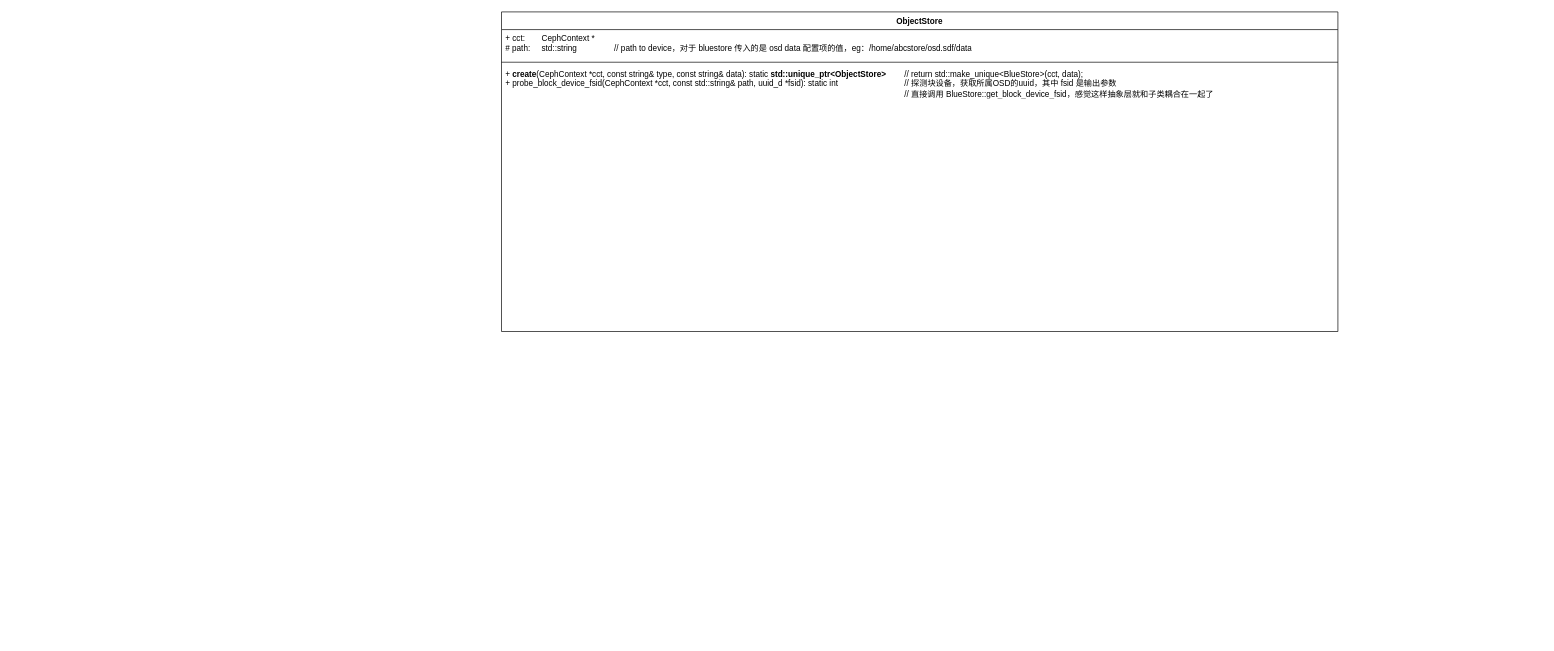
This is ObjectStore.drawio from 1253757553/drawIO, a draw.io file, before an edit. Source tidied: cells renumbered, new cells numbered last; positions are measured from the earlier drawing's top-left corner, leaving out a move shared by most shapes. Both pictures are drawn from the tidied source at 68%, with x=0, y=0 at pixel (501, 12).
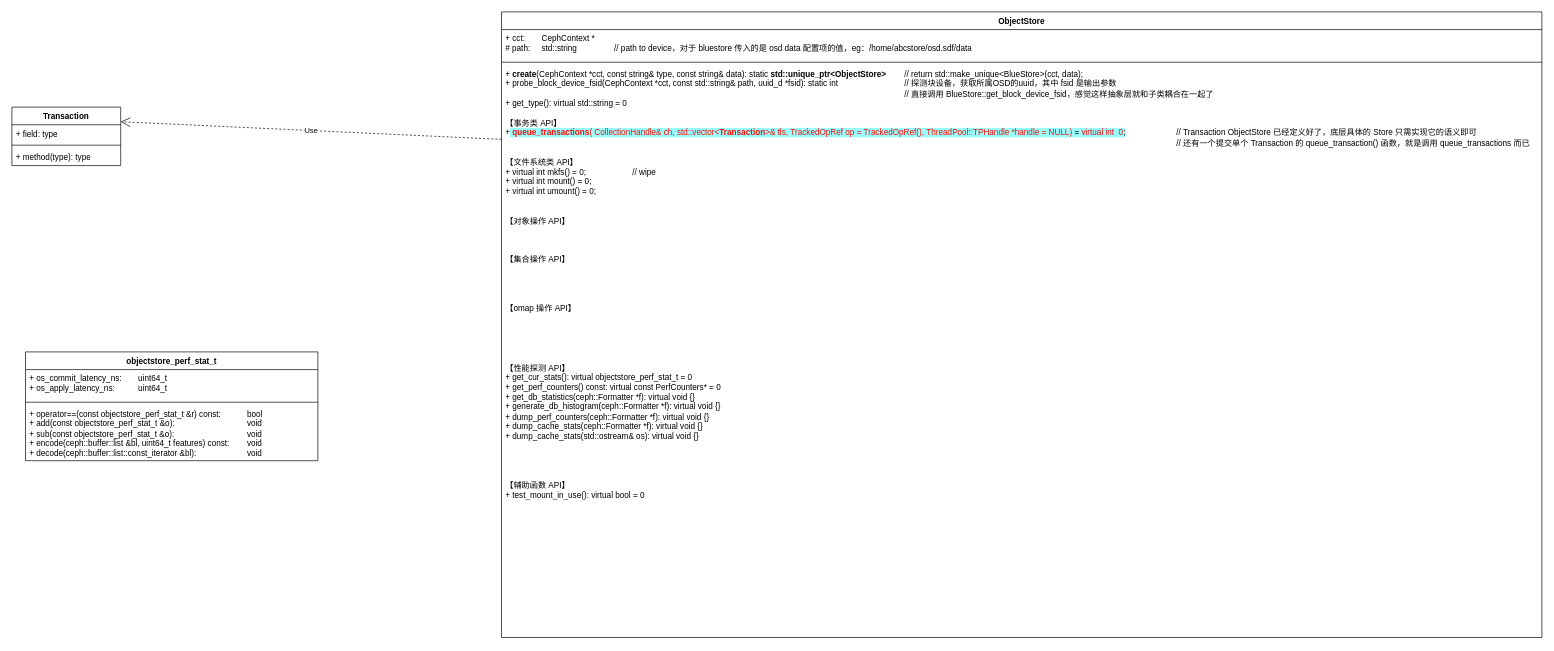
The same page after the edit.

What changed in the source:
```diff
@@
 <mxGraphModel>
   <root>
     <mxCell id="0" />
     <mxCell id="1" parent="0" />
     <mxCell id="2" value="ObjectStore" style="swimlane;fontStyle=1;align=center;verticalAlign=top;horizontal=1;startSize=26;whiteSpace=wrap;html=1;" parent="1" vertex="1">
-      <mxGeometry width="1230" height="470" as="geometry" />
+      <mxGeometry width="1530" height="920" as="geometry" />
     </mxCell>
     <mxCell id="3" value="+ cct:&lt;span style=&quot;white-space: pre;&quot;&gt;&#9;&lt;/span&gt;CephContext *&lt;div&gt;#&amp;nbsp;path: &lt;span style=&quot;white-space: pre;&quot;&gt;&#9;&lt;/span&gt;std::string&lt;span style=&quot;white-space: pre;&quot;&gt;&#9;&lt;/span&gt;&lt;span style=&quot;white-space: pre;&quot;&gt;&#9;&lt;/span&gt;//&amp;nbsp;path to device，对于 bluestore 传入的是&amp;nbsp;osd data 配置项的值，eg：/home/abcstore/osd.sdf/data&lt;/div&gt;" style="text;strokeColor=none;fillColor=none;align=left;verticalAlign=top;spacingLeft=4;spacingRight=4;overflow=hidden;whiteSpace=wrap;html=1;" parent="2" vertex="1">
-      <mxGeometry y="26" width="1230" height="44" as="geometry" />
+      <mxGeometry y="26" width="1530" height="44" as="geometry" />
     </mxCell>
     <mxCell id="4" style="line;strokeWidth=1;fillColor=none;align=left;verticalAlign=middle;spacingTop=-1;spacingLeft=3;spacingRight=3;labelPosition=right;strokeColor=inherit;" parent="2" vertex="1">
-      <mxGeometry y="70" width="1230" height="8" as="geometry" />
+      <mxGeometry y="70" width="1530" height="8" as="geometry" />
     </mxCell>
-    <mxCell id="5" value="+ &lt;b&gt;create&lt;/b&gt;(&lt;span style=&quot;background-color: initial;&quot;&gt;CephContext *cct,&amp;nbsp;&lt;/span&gt;&lt;span style=&quot;background-color: initial;&quot;&gt;const string&amp;amp; type,&amp;nbsp;&lt;/span&gt;&lt;span style=&quot;background-color: initial;&quot;&gt;const string&amp;amp; data&lt;/span&gt;): static&amp;nbsp;&lt;b&gt;std::unique_ptr&amp;lt;ObjectStore&amp;gt;&lt;/b&gt;&lt;span style=&quot;white-space: pre;&quot;&gt;&#9;&lt;/span&gt;//&amp;nbsp;return std::make_unique&amp;lt;BlueStore&amp;gt;(cct, data);&lt;div&gt;+&amp;nbsp;&lt;span style=&quot;background-color: initial;&quot;&gt;probe_block_device_fsid(&lt;/span&gt;&lt;span style=&quot;background-color: initial;&quot;&gt;CephContext *cct,&amp;nbsp;&lt;/span&gt;&lt;span style=&quot;background-color: initial;&quot;&gt;const std::string&amp;amp; path,&amp;nbsp;&lt;/span&gt;&lt;span style=&quot;background-color: initial;&quot;&gt;uuid_d *fsid):&amp;nbsp;&lt;/span&gt;&lt;span style=&quot;background-color: initial;&quot;&gt;static int&lt;span style=&quot;white-space: pre;&quot;&gt;&#9;&lt;/span&gt;&lt;span style=&quot;white-space: pre;&quot;&gt;&#9;&lt;/span&gt;&lt;span style=&quot;white-space: pre;&quot;&gt;&#9;&lt;/span&gt;&lt;span style=&quot;white-space: pre;&quot;&gt;&#9;&lt;/span&gt;//&amp;nbsp;&lt;/span&gt;&lt;span style=&quot;background-color: initial;&quot;&gt;探测块设备，获取所属OSD的uuid，其中&amp;nbsp;&lt;/span&gt;&lt;span style=&quot;background-color: initial;&quot;&gt;fsid 是输出参数&lt;/span&gt;&lt;/div&gt;&lt;div&gt;&lt;span style=&quot;background-color: initial;&quot;&gt;&lt;span style=&quot;white-space: pre;&quot;&gt;&#9;&lt;/span&gt;&lt;span style=&quot;white-space: pre;&quot;&gt;&#9;&lt;/span&gt;&lt;span style=&quot;white-space: pre;&quot;&gt;&#9;&lt;/span&gt;&lt;span style=&quot;white-space: pre;&quot;&gt;&#9;&lt;/span&gt;&lt;span style=&quot;white-space: pre;&quot;&gt;&#9;&lt;/span&gt;&lt;span style=&quot;white-space: pre;&quot;&gt;&#9;&lt;/span&gt;&lt;span style=&quot;white-space: pre;&quot;&gt;&#9;&lt;/span&gt;&lt;span style=&quot;white-space: pre;&quot;&gt;&#9;&lt;/span&gt;&lt;span style=&quot;white-space: pre;&quot;&gt;&#9;&lt;/span&gt;&lt;span style=&quot;white-space: pre;&quot;&gt;&#9;&lt;/span&gt;&lt;span style=&quot;white-space: pre;&quot;&gt;&#9;&lt;/span&gt;&lt;span style=&quot;white-space: pre;&quot;&gt;&#9;&lt;/span&gt;&lt;span style=&quot;white-space: pre;&quot;&gt;&#9;&lt;/span&gt;&lt;span style=&quot;white-space: pre;&quot;&gt;&#9;&lt;/span&gt;&lt;span style=&quot;white-space: pre;&quot;&gt;&#9;&lt;/span&gt;&lt;span style=&quot;white-space: pre;&quot;&gt;&#9;&lt;/span&gt;&lt;span style=&quot;white-space: pre;&quot;&gt;&#9;&lt;/span&gt;&lt;span style=&quot;white-space: pre;&quot;&gt;&#9;&lt;/span&gt;&lt;span style=&quot;white-space: pre;&quot;&gt;&#9;&lt;/span&gt;&lt;span style=&quot;white-space: pre;&quot;&gt;&#9;&lt;/span&gt;&lt;span style=&quot;white-space: pre;&quot;&gt;&#9;&lt;/span&gt;&lt;span style=&quot;white-space: pre;&quot;&gt;&#9;&lt;/span&gt;// 直接调用&amp;nbsp;&lt;/span&gt;&lt;span style=&quot;background-color: initial;&quot;&gt;BlueStore::get_block_device_fsid，感觉这样抽象层就和子类耦合在一起了&lt;/span&gt;&lt;span style=&quot;background-color: initial;&quot;&gt;&lt;br&gt;&lt;/span&gt;&lt;/div&gt;" style="text;strokeColor=none;fillColor=none;align=left;verticalAlign=top;spacingLeft=4;spacingRight=4;overflow=hidden;points=[[0,0.5],[1,0.5]];portConstraint=eastwest;whiteSpace=wrap;html=1;" parent="2" vertex="1">
-      <mxGeometry y="78" width="1230" height="392" as="geometry" />
+    <mxCell id="5" value="+ &lt;b&gt;create&lt;/b&gt;(&lt;span style=&quot;background-color: initial;&quot;&gt;CephContext *cct,&amp;nbsp;&lt;/span&gt;&lt;span style=&quot;background-color: initial;&quot;&gt;const string&amp;amp; type,&amp;nbsp;&lt;/span&gt;&lt;span style=&quot;background-color: initial;&quot;&gt;const string&amp;amp; data&lt;/span&gt;): static&amp;nbsp;&lt;b&gt;std::unique_ptr&amp;lt;ObjectStore&amp;gt;&lt;/b&gt;&lt;span style=&quot;white-space: pre;&quot;&gt;&#9;&lt;/span&gt;//&amp;nbsp;return std::make_unique&amp;lt;BlueStore&amp;gt;(cct, data);&lt;div&gt;+&amp;nbsp;&lt;span style=&quot;background-color: initial;&quot;&gt;probe_block_device_fsid(&lt;/span&gt;&lt;span style=&quot;background-color: initial;&quot;&gt;CephContext *cct,&amp;nbsp;&lt;/span&gt;&lt;span style=&quot;background-color: initial;&quot;&gt;const std::string&amp;amp; path,&amp;nbsp;&lt;/span&gt;&lt;span style=&quot;background-color: initial;&quot;&gt;uuid_d *fsid):&amp;nbsp;&lt;/span&gt;&lt;span style=&quot;background-color: initial;&quot;&gt;static int&lt;span style=&quot;white-space: pre;&quot;&gt;&#9;&lt;/span&gt;&lt;span style=&quot;white-space: pre;&quot;&gt;&#9;&lt;/span&gt;&lt;span style=&quot;white-space: pre;&quot;&gt;&#9;&lt;/span&gt;&lt;span style=&quot;white-space: pre;&quot;&gt;&#9;&lt;/span&gt;//&amp;nbsp;&lt;/span&gt;&lt;span style=&quot;background-color: initial;&quot;&gt;探测块设备，获取所属OSD的uuid，其中&amp;nbsp;&lt;/span&gt;&lt;span style=&quot;background-color: initial;&quot;&gt;fsid 是输出参数&lt;/span&gt;&lt;/div&gt;&lt;div&gt;&lt;span style=&quot;background-color: initial;&quot;&gt;&lt;span style=&quot;white-space: pre;&quot;&gt;&#9;&lt;/span&gt;&lt;span style=&quot;white-space: pre;&quot;&gt;&#9;&lt;/span&gt;&lt;span style=&quot;white-space: pre;&quot;&gt;&#9;&lt;/span&gt;&lt;span style=&quot;white-space: pre;&quot;&gt;&#9;&lt;/span&gt;&lt;span style=&quot;white-space: pre;&quot;&gt;&#9;&lt;/span&gt;&lt;span style=&quot;white-space: pre;&quot;&gt;&#9;&lt;/span&gt;&lt;span style=&quot;white-space: pre;&quot;&gt;&#9;&lt;/span&gt;&lt;span style=&quot;white-space: pre;&quot;&gt;&#9;&lt;/span&gt;&lt;span style=&quot;white-space: pre;&quot;&gt;&#9;&lt;/span&gt;&lt;span style=&quot;white-space: pre;&quot;&gt;&#9;&lt;/span&gt;&lt;span style=&quot;white-space: pre;&quot;&gt;&#9;&lt;/span&gt;&lt;span style=&quot;white-space: pre;&quot;&gt;&#9;&lt;/span&gt;&lt;span style=&quot;white-space: pre;&quot;&gt;&#9;&lt;/span&gt;&lt;span style=&quot;white-space: pre;&quot;&gt;&#9;&lt;/span&gt;&lt;span style=&quot;white-space: pre;&quot;&gt;&#9;&lt;/span&gt;&lt;span style=&quot;white-space: pre;&quot;&gt;&#9;&lt;/span&gt;&lt;span style=&quot;white-space: pre;&quot;&gt;&#9;&lt;/span&gt;&lt;span style=&quot;white-space: pre;&quot;&gt;&#9;&lt;/span&gt;&lt;span style=&quot;white-space: pre;&quot;&gt;&#9;&lt;/span&gt;&lt;span style=&quot;white-space: pre;&quot;&gt;&#9;&lt;/span&gt;&lt;span style=&quot;white-space: pre;&quot;&gt;&#9;&lt;/span&gt;&lt;span style=&quot;white-space: pre;&quot;&gt;&#9;&lt;/span&gt;// 直接调用&amp;nbsp;&lt;/span&gt;&lt;span style=&quot;background-color: initial;&quot;&gt;BlueStore::get_block_device_fsid，感觉这样抽象层就和子类耦合在一起了&lt;/span&gt;&lt;span style=&quot;background-color: initial;&quot;&gt;&lt;br&gt;&lt;/span&gt;&lt;/div&gt;&lt;div&gt;&lt;span style=&quot;background-color: initial;&quot;&gt;+&amp;nbsp;&lt;/span&gt;&lt;span style=&quot;background-color: initial;&quot;&gt;get_type():&amp;nbsp;&lt;/span&gt;&lt;span style=&quot;background-color: initial;&quot;&gt;virtual std::string = 0&lt;/span&gt;&lt;/div&gt;&lt;div&gt;&lt;span style=&quot;background-color: initial;&quot;&gt;&lt;br&gt;&lt;/span&gt;&lt;/div&gt;&lt;div&gt;【事务类 API】&lt;/div&gt;&lt;div&gt;&lt;span style=&quot;background-color: initial;&quot;&gt;+&lt;/span&gt;&lt;span style=&quot;background-color: rgb(153, 255, 255);&quot;&gt;&amp;nbsp;&lt;font style=&quot;&quot; color=&quot;#ff0800&quot;&gt;&lt;b&gt;queue_transactions&lt;/b&gt;(&amp;nbsp;CollectionHandle&amp;amp; ch, std::vector&amp;lt;&lt;b&gt;Transaction&lt;/b&gt;&amp;gt;&amp;amp; tls,&amp;nbsp;TrackedOpRef op = TrackedOpRef(),&amp;nbsp;&lt;/font&gt;&lt;font style=&quot;&quot; color=&quot;#ff0800&quot;&gt;ThreadPool::TPHandle *handle = NULL)&lt;/font&gt; =&lt;font style=&quot;&quot; color=&quot;#03ff03&quot;&gt;&amp;nbsp;&lt;/font&gt;&lt;font color=&quot;#f50505&quot;&gt;virtual int&amp;nbsp;&amp;nbsp;0&lt;/font&gt;;&lt;/span&gt;&lt;span style=&quot;background-color: initial; white-space: pre;&quot;&gt;&#9;&lt;/span&gt;&lt;span style=&quot;background-color: initial; white-space: pre;&quot;&gt;&#9;&lt;/span&gt;&lt;span style=&quot;background-color: initial; white-space: pre;&quot;&gt;&#9;&lt;/span&gt;//&amp;nbsp;&lt;span style=&quot;background-color: initial;&quot;&gt;Transaction ObjectStore 已经定义好了，底层具体的 Store 只需实现它的语义即可&lt;/span&gt;&lt;/div&gt;&lt;div&gt;&lt;span style=&quot;background-color: initial;&quot;&gt;&lt;span style=&quot;white-space: pre;&quot;&gt;&#9;&lt;/span&gt;&lt;span style=&quot;white-space: pre;&quot;&gt;&#9;&lt;/span&gt;&lt;span style=&quot;white-space: pre;&quot;&gt;&#9;&lt;/span&gt;&lt;span style=&quot;white-space: pre;&quot;&gt;&#9;&lt;/span&gt;&lt;span style=&quot;white-space: pre;&quot;&gt;&#9;&lt;/span&gt;&lt;span style=&quot;white-space: pre;&quot;&gt;&#9;&lt;/span&gt;&lt;span style=&quot;white-space: pre;&quot;&gt;&#9;&lt;/span&gt;&lt;span style=&quot;white-space: pre;&quot;&gt;&#9;&lt;/span&gt;&lt;span style=&quot;white-space: pre;&quot;&gt;&#9;&lt;/span&gt;&lt;span style=&quot;white-space: pre;&quot;&gt;&#9;&lt;/span&gt;&lt;span style=&quot;white-space: pre;&quot;&gt;&#9;&lt;/span&gt;&lt;span style=&quot;white-space: pre;&quot;&gt;&#9;&lt;/span&gt;&lt;span style=&quot;white-space: pre;&quot;&gt;&#9;&lt;/span&gt;&lt;span style=&quot;white-space: pre;&quot;&gt;&#9;&lt;/span&gt;&lt;span style=&quot;white-space: pre;&quot;&gt;&#9;&lt;/span&gt;&lt;span style=&quot;white-space: pre;&quot;&gt;&#9;&lt;/span&gt;&lt;span style=&quot;white-space: pre;&quot;&gt;&#9;&lt;/span&gt;&lt;span style=&quot;white-space: pre;&quot;&gt;&#9;&lt;/span&gt;&lt;span style=&quot;white-space: pre;&quot;&gt;&#9;&lt;/span&gt;&lt;span style=&quot;white-space: pre;&quot;&gt;&#9;&lt;/span&gt;&lt;span style=&quot;white-space: pre;&quot;&gt;&#9;&lt;/span&gt;&lt;span style=&quot;white-space: pre;&quot;&gt;&#9;&lt;/span&gt;&lt;span style=&quot;white-space: pre;&quot;&gt;&#9;&lt;/span&gt;&lt;span style=&quot;white-space: pre;&quot;&gt;&#9;&lt;/span&gt;&lt;span style=&quot;white-space: pre;&quot;&gt;&#9;&lt;/span&gt;&lt;span style=&quot;white-space: pre;&quot;&gt;&#9;&lt;/span&gt;&lt;span style=&quot;white-space: pre;&quot;&gt;&#9;&lt;/span&gt;&lt;span style=&quot;white-space: pre;&quot;&gt;&#9;&lt;/span&gt;&lt;span style=&quot;white-space: pre;&quot;&gt;&#9;&lt;/span&gt;&lt;span style=&quot;white-space: pre;&quot;&gt;&#9;&lt;/span&gt;&lt;span style=&quot;white-space: pre;&quot;&gt;&#9;&lt;/span&gt;&lt;span style=&quot;white-space: pre;&quot;&gt;&#9;&lt;/span&gt;&lt;span style=&quot;white-space: pre;&quot;&gt;&#9;&lt;/span&gt;&lt;span style=&quot;white-space: pre;&quot;&gt;&#9;&lt;/span&gt;&lt;span style=&quot;white-space: pre;&quot;&gt;&#9;&lt;/span&gt;&lt;span style=&quot;white-space: pre;&quot;&gt;&#9;&lt;span style=&quot;white-space: pre;&quot;&gt;&#9;&lt;/span&gt;&lt;/span&gt;// 还有一个提交单个 Transaction 的&amp;nbsp;&lt;/span&gt;&lt;span style=&quot;background-color: initial;&quot;&gt;queue_transaction() 函数，就是调用&amp;nbsp;&lt;/span&gt;&lt;span style=&quot;background-color: initial;&quot;&gt;queue_transactions 而已&lt;/span&gt;&lt;span style=&quot;background-color: initial;&quot;&gt;&lt;br&gt;&lt;/span&gt;&lt;/div&gt;&lt;div&gt;&lt;span style=&quot;background-color: initial;&quot;&gt;&lt;br&gt;&lt;/span&gt;&lt;/div&gt;&lt;div&gt;&lt;span style=&quot;background-color: initial;&quot;&gt;【文件系统类 API】&lt;/span&gt;&lt;/div&gt;&lt;div&gt;&lt;span style=&quot;background-color: initial;&quot;&gt;+&amp;nbsp;&lt;/span&gt;&lt;span style=&quot;background-color: initial;&quot;&gt;virtual int mkfs() = 0;&amp;nbsp; &lt;span style=&quot;white-space: pre;&quot;&gt;&#9;&lt;/span&gt;&lt;span style=&quot;white-space: pre;&quot;&gt;&#9;&lt;/span&gt;&lt;span style=&quot;white-space: pre;&quot;&gt;&#9;&lt;/span&gt;// wipe&lt;/span&gt;&lt;/div&gt;&lt;div&gt;&lt;span style=&quot;background-color: initial;&quot;&gt;&lt;div&gt;+ virtual int mount() = 0;&lt;/div&gt;&lt;div&gt;+ virtual int umount() = 0;&lt;/div&gt;&lt;div&gt;&lt;br&gt;&lt;/div&gt;&lt;div&gt;&lt;br&gt;&lt;/div&gt;&lt;div&gt;【对象操作 API】&lt;/div&gt;&lt;div&gt;&lt;br&gt;&lt;/div&gt;&lt;div&gt;&lt;br&gt;&lt;/div&gt;&lt;div&gt;&lt;br&gt;&lt;/div&gt;&lt;div&gt;【集合操作 API】&lt;/div&gt;&lt;div&gt;&lt;br&gt;&lt;/div&gt;&lt;div&gt;&lt;br&gt;&lt;/div&gt;&lt;div&gt;&lt;br&gt;&lt;/div&gt;&lt;div&gt;&lt;br&gt;&lt;/div&gt;&lt;div&gt;【omap 操作 API】&lt;/div&gt;&lt;div&gt;&lt;br&gt;&lt;/div&gt;&lt;div&gt;&lt;br&gt;&lt;/div&gt;&lt;div&gt;&lt;br&gt;&lt;/div&gt;&lt;div&gt;&lt;br&gt;&lt;/div&gt;&lt;div&gt;&lt;br&gt;&lt;/div&gt;&lt;div&gt;【性能探测 API】&lt;/div&gt;&lt;div&gt;+&amp;nbsp;get_cur_stats(): virtual objectstore_perf_stat_t = 0&lt;/div&gt;&lt;div&gt;+&amp;nbsp;get_perf_counters() const:&amp;nbsp;virtual const PerfCounters* = 0&lt;/div&gt;&lt;div&gt;+&amp;nbsp;get_db_statistics(ceph::Formatter *f):&amp;nbsp;virtual void {}&lt;/div&gt;&lt;div&gt;+&amp;nbsp;generate_db_histogram&lt;span style=&quot;background-color: initial;&quot;&gt;(ceph::Formatter *f):&amp;nbsp;virtual void {}&lt;/span&gt;&lt;/div&gt;&lt;div&gt;&lt;span style=&quot;background-color: initial;&quot;&gt;+&amp;nbsp;&lt;/span&gt;&lt;span style=&quot;background-color: initial;&quot;&gt;dump_perf_counters(ceph::Formatter *f):&amp;nbsp;&lt;/span&gt;&lt;span style=&quot;background-color: initial;&quot;&gt;virtual void {}&lt;/span&gt;&lt;/div&gt;&lt;div&gt;&lt;span style=&quot;background-color: initial;&quot;&gt;+&amp;nbsp;&lt;/span&gt;&lt;span style=&quot;background-color: initial;&quot;&gt;dump_cache_stats(ceph::Formatter *f):&amp;nbsp;&lt;/span&gt;&lt;span style=&quot;background-color: initial;&quot;&gt;virtual void&amp;nbsp;&lt;/span&gt;&lt;span style=&quot;background-color: initial;&quot;&gt;{}&lt;/span&gt;&lt;/div&gt;&lt;div&gt;&lt;span style=&quot;background-color: initial;&quot;&gt;+&amp;nbsp;&lt;/span&gt;&lt;span style=&quot;background-color: initial;&quot;&gt;dump_cache_stats(std::ostream&amp;amp; os):&amp;nbsp;&lt;/span&gt;&lt;span style=&quot;background-color: initial;&quot;&gt;virtual void {}&lt;/span&gt;&lt;/div&gt;&lt;/span&gt;&lt;span style=&quot;background-color: initial;&quot;&gt;&lt;div&gt;&lt;br&gt;&lt;/div&gt;&lt;div&gt;&lt;br&gt;&lt;/div&gt;&lt;div&gt;&lt;br&gt;&lt;/div&gt;&lt;div&gt;&lt;br&gt;&lt;/div&gt;&lt;div&gt;【辅助函数 API】&lt;/div&gt;&lt;div&gt;+ test_mount_in_use():&amp;nbsp;virtual bool = 0&lt;br&gt;&lt;/div&gt;&lt;/span&gt;&lt;/div&gt;" style="text;strokeColor=none;fillColor=none;align=left;verticalAlign=top;spacingLeft=4;spacingRight=4;overflow=hidden;points=[[0,0.5],[1,0.5]];portConstraint=eastwest;whiteSpace=wrap;html=1;" parent="2" vertex="1">
+      <mxGeometry y="78" width="1530" height="842" as="geometry" />
     </mxCell>
+    <mxCell id="6" value="Transaction" style="swimlane;fontStyle=1;align=center;verticalAlign=top;horizontal=1;startSize=26;whiteSpace=wrap;html=1;" parent="1" vertex="1">
+      <mxGeometry x="-720" y="140" width="160" height="86" as="geometry" />
+    </mxCell>
+    <mxCell id="7" value="+ field: type" style="text;strokeColor=none;fillColor=none;align=left;verticalAlign=top;spacingLeft=4;spacingRight=4;overflow=hidden;whiteSpace=wrap;html=1;" parent="6" vertex="1">
+      <mxGeometry y="26" width="160" height="26" as="geometry" />
+    </mxCell>
+    <mxCell id="8" style="line;strokeWidth=1;fillColor=none;align=left;verticalAlign=middle;spacingTop=-1;spacingLeft=3;spacingRight=3;labelPosition=right;strokeColor=inherit;" parent="6" vertex="1">
+      <mxGeometry y="52" width="160" height="8" as="geometry" />
+    </mxCell>
+    <mxCell id="9" value="+ method(type): type" style="text;strokeColor=none;fillColor=none;align=left;verticalAlign=top;spacingLeft=4;spacingRight=4;overflow=hidden;whiteSpace=wrap;html=1;" parent="6" vertex="1">
+      <mxGeometry y="60" width="160" height="26" as="geometry" />
+    </mxCell>
+    <mxCell id="10" value="Use" style="endArrow=open;endSize=12;dashed=1;html=1;rounded=0;exitX=0;exitY=0.13;exitDx=0;exitDy=0;exitPerimeter=0;entryX=1;entryY=0.25;entryDx=0;entryDy=0;" parent="1" edge="1" source="5" target="6">
+      <mxGeometry relative="1" as="geometry" />
+    </mxCell>
+    <mxCell id="11" value="objectstore_perf_stat_t" style="swimlane;fontStyle=1;align=center;verticalAlign=top;horizontal=1;startSize=26;whiteSpace=wrap;html=1;" parent="1" vertex="1">
+      <mxGeometry x="-700" y="500" width="430" height="160" as="geometry" />
+    </mxCell>
+    <mxCell id="12" value="+ os_commit_latency_ns:&amp;nbsp;&lt;span style=&quot;white-space: pre;&quot;&gt;&#9;&lt;/span&gt;uint64_t&lt;div&gt;+&amp;nbsp;os_apply_latency_ns:&amp;nbsp;&lt;span style=&quot;white-space: pre;&quot;&gt;&#9;&lt;/span&gt;&lt;span style=&quot;white-space: pre;&quot;&gt;&#9;&lt;/span&gt;uint64_t&lt;/div&gt;" style="text;strokeColor=none;fillColor=none;align=left;verticalAlign=top;spacingLeft=4;spacingRight=4;overflow=hidden;whiteSpace=wrap;html=1;" parent="11" vertex="1">
+      <mxGeometry y="26" width="430" height="44" as="geometry" />
+    </mxCell>
+    <mxCell id="13" style="line;strokeWidth=1;fillColor=none;align=left;verticalAlign=middle;spacingTop=-1;spacingLeft=3;spacingRight=3;labelPosition=right;strokeColor=inherit;" parent="11" vertex="1">
+      <mxGeometry y="70" width="430" height="8" as="geometry" />
+    </mxCell>
+    <mxCell id="14" value="+ operator==(const objectstore_perf_stat_t &amp;amp;r) const: &lt;span style=&quot;white-space: pre;&quot;&gt;&#9;&lt;span style=&quot;white-space: pre;&quot;&gt;&#9;&lt;/span&gt;&lt;/span&gt;bool&lt;div&gt;+&amp;nbsp;add(const objectstore_perf_stat_t &amp;amp;o): &lt;span style=&quot;white-space: pre;&quot;&gt;&#9;&lt;/span&gt;&lt;span style=&quot;white-space: pre;&quot;&gt;&#9;&lt;/span&gt;&lt;span style=&quot;white-space: pre;&quot;&gt;&#9;&lt;span style=&quot;white-space: pre;&quot;&gt;&#9;&lt;/span&gt;&lt;/span&gt;void&lt;/div&gt;&lt;div&gt;+&amp;nbsp;sub(const objectstore_perf_stat_t &amp;amp;o): &lt;span style=&quot;white-space: pre;&quot;&gt;&#9;&lt;/span&gt;&lt;span style=&quot;white-space: pre;&quot;&gt;&#9;&lt;/span&gt;&lt;span style=&quot;white-space: pre;&quot;&gt;&#9;&lt;span style=&quot;white-space: pre;&quot;&gt;&#9;&lt;/span&gt;&lt;/span&gt;void&lt;/div&gt;&lt;div&gt;+ encode(ceph::buffer::list &amp;amp;bl, uint64_t features) const: &lt;span style=&quot;white-space: pre;&quot;&gt;&#9;&lt;/span&gt;void&lt;/div&gt;&lt;div&gt;+&amp;nbsp;decode(ceph::buffer::list::const_iterator &amp;amp;bl): &lt;span style=&quot;white-space: pre;&quot;&gt;&#9;&lt;/span&gt;&lt;span style=&quot;white-space: pre;&quot;&gt;&#9;&lt;/span&gt;&lt;span style=&quot;white-space: pre;&quot;&gt;&#9;&lt;/span&gt;void&lt;/div&gt;" style="text;strokeColor=none;fillColor=none;align=left;verticalAlign=top;spacingLeft=4;spacingRight=4;overflow=hidden;whiteSpace=wrap;html=1;" parent="11" vertex="1">
+      <mxGeometry y="78" width="430" height="82" as="geometry" />
+    </mxCell>
   </root>
 </mxGraphModel>
```
